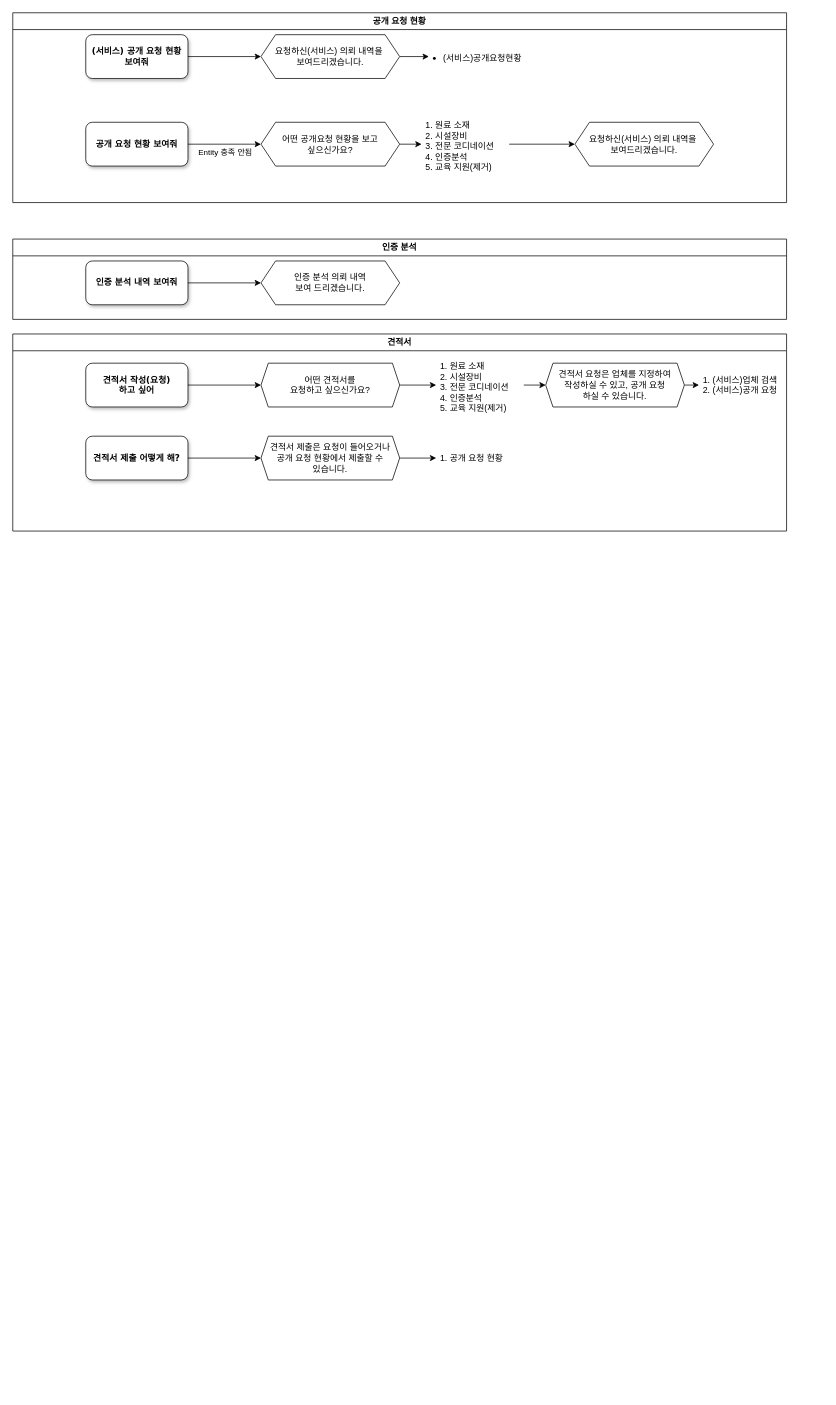
Above: 전체 시나리오.drawio in GaYoNE00/Ko_Chat_Exam (draw.io), before the change. Source tidied: cells renumbered, new cells numbered last; positions are measured from the earlier drawing's top-left corner, leaving out a move shared by most shapes. Both pictures are drawn from the tidied source at 73%, with x=0, y=0 at pixel (12, 12).
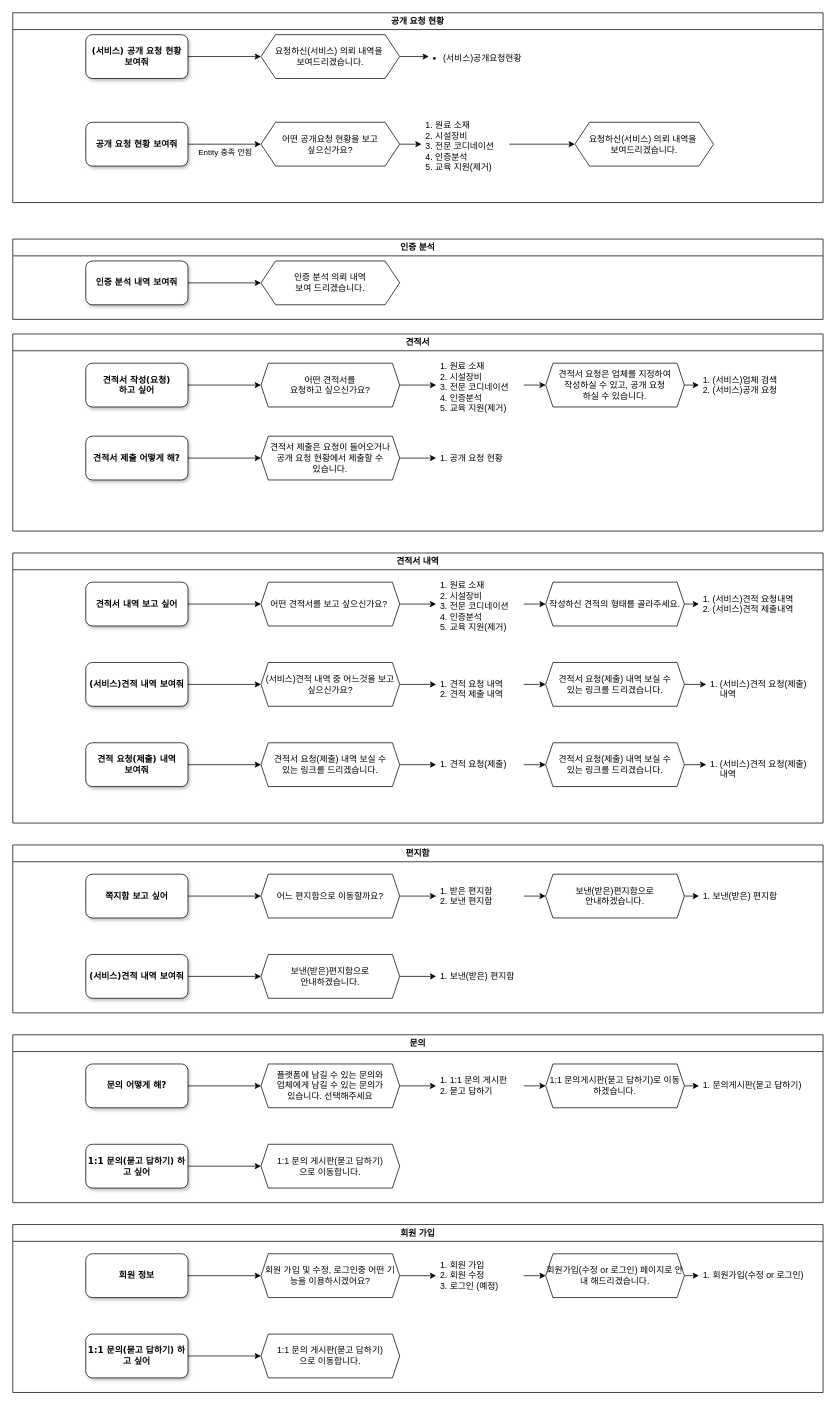
Above is the later version.

Commit message (it also covers changes not shown here):
전체 시나리오.drawio 업데이트

Diff of the diagram source:
```diff
@@
     <mxCell id="2" value="공개 요청 현황" style="swimlane;whiteSpace=wrap;html=1;" parent="1" vertex="1">
-      <mxGeometry width="1060" height="260" as="geometry" />
+      <mxGeometry width="1110" height="260" as="geometry" />
     </mxCell>
@@
     <mxCell id="16" value="인증 분석" style="swimlane;whiteSpace=wrap;html=1;" parent="1" vertex="1">
-      <mxGeometry y="310" width="1060" height="110" as="geometry" />
+      <mxGeometry y="310" width="1110" height="110" as="geometry" />
     </mxCell>
@@
     <mxCell id="20" value="견적서" style="swimlane;whiteSpace=wrap;html=1;" parent="1" vertex="1">
-      <mxGeometry y="440" width="1060" height="270" as="geometry" />
+      <mxGeometry y="440" width="1110" height="270" as="geometry" />
     </mxCell>
@@
+    <mxCell id="35" value="견적서 내역" style="swimlane;whiteSpace=wrap;html=1;" parent="1" vertex="1">
+      <mxGeometry y="740" width="1110" height="370" as="geometry" />
+    </mxCell>
+    <mxCell id="36" style="edgeStyle=orthogonalEdgeStyle;rounded=0;jettySize=auto;html=1;exitX=1;exitY=0.5;exitDx=0;exitDy=0;entryX=0;entryY=0.5;entryDx=0;entryDy=0;" parent="35" edge="1" source="37" target="41">
+      <mxGeometry relative="1" as="geometry" />
+    </mxCell>
+    <mxCell id="37" value="어떤 견적서를 보고 싶으신가요?&amp;nbsp;" style="shape=hexagon;perimeter=hexagonPerimeter2;whiteSpace=wrap;html=1;fixedSize=1;size=10;" parent="35" vertex="1">
+      <mxGeometry x="340" y="40" width="190" height="60" as="geometry" />
+    </mxCell>
+    <mxCell id="38" style="edgeStyle=orthogonalEdgeStyle;rounded=0;jettySize=auto;html=1;exitX=1;exitY=0.5;exitDx=0;exitDy=0;entryX=0;entryY=0.5;entryDx=0;entryDy=0;" parent="35" edge="1" source="39" target="37">
+      <mxGeometry relative="1" as="geometry" />
+    </mxCell>
+    <mxCell id="39" value="견적서 내역 보고 싶어" style="whiteSpace=wrap;html=1;rounded=1;shadow=1;labelBackgroundColor=none;strokeWidth=1;fontFamily=Verdana;fontSize=12;align=center;fontStyle=1;" parent="35" vertex="1">
+      <mxGeometry x="100" y="40" width="140" height="60" as="geometry" />
+    </mxCell>
+    <mxCell id="40" style="edgeStyle=orthogonalEdgeStyle;rounded=0;jettySize=auto;html=1;exitX=1;exitY=0.5;exitDx=0;exitDy=0;entryX=0;entryY=0.5;entryDx=0;entryDy=0;" parent="35" edge="1" source="41" target="43">
+      <mxGeometry relative="1" as="geometry" />
+    </mxCell>
+    <mxCell id="41" value="&lt;ol&gt;&lt;li&gt;원료 소재&lt;/li&gt;&lt;li&gt;시설장비&lt;/li&gt;&lt;li&gt;전문 코디네이션&lt;/li&gt;&lt;li&gt;인증분석&lt;/li&gt;&lt;li&gt;교육 지원(제거)&lt;/li&gt;&lt;/ol&gt;" style="text;strokeColor=none;fillColor=none;html=1;whiteSpace=wrap;verticalAlign=middle;overflow=hidden;align=left;spacing=0;spacingLeft=-21;" parent="35" vertex="1">
+      <mxGeometry x="580" y="25" width="120" height="90" as="geometry" />
+    </mxCell>
+    <mxCell id="42" style="edgeStyle=orthogonalEdgeStyle;rounded=0;jettySize=auto;html=1;exitX=1;exitY=0.5;exitDx=0;exitDy=0;entryX=0;entryY=0.5;entryDx=0;entryDy=0;" parent="35" edge="1" source="43" target="44">
+      <mxGeometry relative="1" as="geometry" />
+    </mxCell>
+    <mxCell id="43" value="작성하신 견적의 형태를 골라주세요." style="shape=hexagon;perimeter=hexagonPerimeter2;whiteSpace=wrap;html=1;fixedSize=1;size=10;" parent="35" vertex="1">
+      <mxGeometry x="730" y="40" width="190" height="60" as="geometry" />
+    </mxCell>
+    <mxCell id="44" value="&lt;ol&gt;&lt;li&gt;(서비스)견적 요청내역&lt;/li&gt;&lt;li&gt;(서비스)견적 제출내역&lt;/li&gt;&lt;/ol&gt;" style="text;strokeColor=none;fillColor=none;html=1;whiteSpace=wrap;verticalAlign=middle;overflow=hidden;align=left;spacing=0;spacingLeft=-21;" parent="35" vertex="1">
+      <mxGeometry x="940" y="25" width="150" height="90" as="geometry" />
+    </mxCell>
+    <mxCell id="45" style="edgeStyle=orthogonalEdgeStyle;rounded=0;jettySize=auto;html=1;exitX=1;exitY=0.5;exitDx=0;exitDy=0;" parent="35" edge="1" source="46" target="48">
+      <mxGeometry relative="1" as="geometry" />
+    </mxCell>
+    <mxCell id="46" value="(서비스)견적 내역 보여줘" style="whiteSpace=wrap;html=1;rounded=1;shadow=1;labelBackgroundColor=none;strokeWidth=1;fontFamily=Verdana;fontSize=12;align=center;fontStyle=1;" parent="35" vertex="1">
+      <mxGeometry x="100" y="150" width="140" height="60" as="geometry" />
+    </mxCell>
+    <mxCell id="47" style="edgeStyle=orthogonalEdgeStyle;rounded=0;jettySize=auto;html=1;exitX=1;exitY=0.5;exitDx=0;exitDy=0;" parent="35" edge="1" source="48" target="50">
+      <mxGeometry relative="1" as="geometry" />
+    </mxCell>
+    <mxCell id="48" value="(서비스)견적 내역 중 어느것을 보고 싶으신가요?" style="shape=hexagon;perimeter=hexagonPerimeter2;whiteSpace=wrap;html=1;fixedSize=1;size=10;" parent="35" vertex="1">
+      <mxGeometry x="340" y="150" width="190" height="60" as="geometry" />
+    </mxCell>
+    <mxCell id="49" style="edgeStyle=orthogonalEdgeStyle;rounded=0;jettySize=auto;html=1;exitX=1;exitY=0.5;exitDx=0;exitDy=0;entryX=0;entryY=0.5;entryDx=0;entryDy=0;" parent="35" edge="1" source="50" target="52">
+      <mxGeometry relative="1" as="geometry" />
+    </mxCell>
+    <mxCell id="50" value="&lt;ol&gt;&lt;li&gt;견적 요청 내역&lt;/li&gt;&lt;li&gt;견적 제출 내역&lt;/li&gt;&lt;/ol&gt;" style="text;strokeColor=none;fillColor=none;html=1;whiteSpace=wrap;verticalAlign=middle;overflow=hidden;align=left;spacing=0;spacingLeft=-21;" parent="35" vertex="1">
+      <mxGeometry x="580" y="160" width="120" height="40" as="geometry" />
+    </mxCell>
+    <mxCell id="51" style="edgeStyle=orthogonalEdgeStyle;rounded=0;jettySize=auto;html=1;exitX=1;exitY=0.5;exitDx=0;exitDy=0;entryX=0;entryY=0.5;entryDx=0;entryDy=0;" parent="35" edge="1" source="52" target="53">
+      <mxGeometry relative="1" as="geometry" />
+    </mxCell>
+    <mxCell id="52" value="견적서 요청(제출) 내역 보실 수&lt;br&gt;있는 링크를 드리겠습니다." style="shape=hexagon;perimeter=hexagonPerimeter2;whiteSpace=wrap;html=1;fixedSize=1;size=10;" parent="35" vertex="1">
+      <mxGeometry x="730" y="150" width="190" height="60" as="geometry" />
+    </mxCell>
+    <mxCell id="53" value="&lt;ol&gt;&lt;li&gt;(서비스)견적 요청(제출) 내역&lt;/li&gt;&lt;/ol&gt;" style="text;strokeColor=none;fillColor=none;html=1;whiteSpace=wrap;verticalAlign=middle;overflow=hidden;align=left;spacing=0;spacingLeft=-21;" parent="35" vertex="1">
+      <mxGeometry x="950" y="160" width="150" height="40" as="geometry" />
+    </mxCell>
+    <mxCell id="54" value="&lt;ol&gt;&lt;li&gt;(서비스)견적 요청(제출) 내역&lt;/li&gt;&lt;/ol&gt;" style="text;strokeColor=none;fillColor=none;html=1;whiteSpace=wrap;verticalAlign=middle;overflow=hidden;align=left;spacing=0;spacingLeft=-21;" parent="35" vertex="1">
+      <mxGeometry x="950" y="270" width="150" height="40" as="geometry" />
+    </mxCell>
+    <mxCell id="55" style="edgeStyle=orthogonalEdgeStyle;rounded=0;jettySize=auto;html=1;exitX=1;exitY=0.5;exitDx=0;exitDy=0;" parent="1" edge="1" source="56" target="58">
+      <mxGeometry relative="1" as="geometry" />
+    </mxCell>
+    <mxCell id="56" value="견적 요청(제출) 내역&lt;br&gt;보여줘" style="whiteSpace=wrap;html=1;rounded=1;shadow=1;labelBackgroundColor=none;strokeWidth=1;fontFamily=Verdana;fontSize=12;align=center;fontStyle=1;" parent="1" vertex="1">
+      <mxGeometry x="100" y="1000" width="140" height="60" as="geometry" />
+    </mxCell>
+    <mxCell id="57" style="edgeStyle=orthogonalEdgeStyle;rounded=0;jettySize=auto;html=1;exitX=1;exitY=0.5;exitDx=0;exitDy=0;" parent="1" edge="1" source="58" target="60">
+      <mxGeometry relative="1" as="geometry" />
+    </mxCell>
+    <mxCell id="58" value="견적서 요청(제출) 내역 보실 수&lt;br&gt;있는 링크를 드리겠습니다." style="shape=hexagon;perimeter=hexagonPerimeter2;whiteSpace=wrap;html=1;fixedSize=1;size=10;" parent="1" vertex="1">
+      <mxGeometry x="340" y="1000" width="190" height="60" as="geometry" />
+    </mxCell>
+    <mxCell id="59" style="edgeStyle=orthogonalEdgeStyle;rounded=0;jettySize=auto;html=1;exitX=1;exitY=0.5;exitDx=0;exitDy=0;entryX=0;entryY=0.5;entryDx=0;entryDy=0;" parent="1" edge="1" source="60" target="62">
+      <mxGeometry relative="1" as="geometry" />
+    </mxCell>
+    <mxCell id="60" value="&lt;ol&gt;&lt;li&gt;견적 요청(제출)&lt;/li&gt;&lt;/ol&gt;" style="text;strokeColor=none;fillColor=none;html=1;whiteSpace=wrap;verticalAlign=middle;overflow=hidden;align=left;spacing=0;spacingLeft=-21;" parent="1" vertex="1">
+      <mxGeometry x="580" y="1010" width="120" height="40" as="geometry" />
+    </mxCell>
+    <mxCell id="61" style="edgeStyle=orthogonalEdgeStyle;rounded=0;jettySize=auto;html=1;exitX=1;exitY=0.5;exitDx=0;exitDy=0;entryX=0;entryY=0.5;entryDx=0;entryDy=0;" parent="1" edge="1" source="62" target="54">
+      <mxGeometry relative="1" as="geometry" />
+    </mxCell>
+    <mxCell id="62" value="견적서 요청(제출) 내역 보실 수&lt;br&gt;있는 링크를 드리겠습니다." style="shape=hexagon;perimeter=hexagonPerimeter2;whiteSpace=wrap;html=1;fixedSize=1;size=10;" parent="1" vertex="1">
+      <mxGeometry x="730" y="1000" width="190" height="60" as="geometry" />
+    </mxCell>
+    <mxCell id="63" value="편지함" style="swimlane;whiteSpace=wrap;html=1;" parent="1" vertex="1">
+      <mxGeometry y="1140" width="1110" height="230" as="geometry" />
+    </mxCell>
+    <mxCell id="64" style="edgeStyle=orthogonalEdgeStyle;rounded=0;jettySize=auto;html=1;exitX=1;exitY=0.5;exitDx=0;exitDy=0;entryX=0;entryY=0.5;entryDx=0;entryDy=0;" parent="63" edge="1" source="65" target="69">
+      <mxGeometry relative="1" as="geometry" />
+    </mxCell>
+    <mxCell id="65" value="어느 편지함으로 이동할까요?" style="shape=hexagon;perimeter=hexagonPerimeter2;whiteSpace=wrap;html=1;fixedSize=1;size=10;" parent="63" vertex="1">
+      <mxGeometry x="340" y="40" width="190" height="60" as="geometry" />
+    </mxCell>
+    <mxCell id="66" style="edgeStyle=orthogonalEdgeStyle;rounded=0;jettySize=auto;html=1;exitX=1;exitY=0.5;exitDx=0;exitDy=0;entryX=0;entryY=0.5;entryDx=0;entryDy=0;" parent="63" edge="1" source="67" target="65">
+      <mxGeometry relative="1" as="geometry" />
+    </mxCell>
+    <mxCell id="67" value="쪽지함 보고 싶어" style="whiteSpace=wrap;html=1;rounded=1;shadow=1;labelBackgroundColor=none;strokeWidth=1;fontFamily=Verdana;fontSize=12;align=center;fontStyle=1;" parent="63" vertex="1">
+      <mxGeometry x="100" y="40" width="140" height="60" as="geometry" />
+    </mxCell>
+    <mxCell id="68" style="edgeStyle=orthogonalEdgeStyle;rounded=0;jettySize=auto;html=1;exitX=1;exitY=0.5;exitDx=0;exitDy=0;entryX=0;entryY=0.5;entryDx=0;entryDy=0;" parent="63" edge="1" source="69" target="71">
+      <mxGeometry relative="1" as="geometry" />
+    </mxCell>
+    <mxCell id="69" value="&lt;ol&gt;&lt;li&gt;받은 편지함&lt;/li&gt;&lt;li&gt;보낸 편지함&lt;/li&gt;&lt;/ol&gt;" style="text;strokeColor=none;fillColor=none;html=1;whiteSpace=wrap;verticalAlign=middle;overflow=hidden;align=left;spacing=0;spacingLeft=-21;" parent="63" vertex="1">
+      <mxGeometry x="580" y="25" width="120" height="90" as="geometry" />
+    </mxCell>
+    <mxCell id="70" style="edgeStyle=orthogonalEdgeStyle;rounded=0;jettySize=auto;html=1;exitX=1;exitY=0.5;exitDx=0;exitDy=0;entryX=0;entryY=0.5;entryDx=0;entryDy=0;" parent="63" edge="1" source="71" target="72">
+      <mxGeometry relative="1" as="geometry" />
+    </mxCell>
+    <mxCell id="71" value="보낸(받은)편지함으로 &lt;br&gt;안내하겠습니다." style="shape=hexagon;perimeter=hexagonPerimeter2;whiteSpace=wrap;html=1;fixedSize=1;size=10;" parent="63" vertex="1">
+      <mxGeometry x="730" y="40" width="190" height="60" as="geometry" />
+    </mxCell>
+    <mxCell id="72" value="&lt;ol&gt;&lt;li&gt;보낸(받은) 편지함&lt;/li&gt;&lt;/ol&gt;" style="text;strokeColor=none;fillColor=none;html=1;whiteSpace=wrap;verticalAlign=middle;overflow=hidden;align=left;spacing=0;spacingLeft=-21;" parent="63" vertex="1">
+      <mxGeometry x="940" y="25" width="150" height="90" as="geometry" />
+    </mxCell>
+    <mxCell id="73" style="edgeStyle=orthogonalEdgeStyle;rounded=0;jettySize=auto;html=1;exitX=1;exitY=0.5;exitDx=0;exitDy=0;" parent="63" edge="1" source="74" target="76">
+      <mxGeometry relative="1" as="geometry" />
+    </mxCell>
+    <mxCell id="74" value="(서비스)견적 내역 보여줘" style="whiteSpace=wrap;html=1;rounded=1;shadow=1;labelBackgroundColor=none;strokeWidth=1;fontFamily=Verdana;fontSize=12;align=center;fontStyle=1;" parent="63" vertex="1">
+      <mxGeometry x="100" y="150" width="140" height="60" as="geometry" />
+    </mxCell>
+    <mxCell id="75" style="edgeStyle=orthogonalEdgeStyle;rounded=0;jettySize=auto;html=1;exitX=1;exitY=0.5;exitDx=0;exitDy=0;entryX=0;entryY=0.5;entryDx=0;entryDy=0;" parent="63" edge="1" source="76" target="77">
+      <mxGeometry relative="1" as="geometry" />
+    </mxCell>
+    <mxCell id="76" value="보낸(받은)편지함으로&lt;br style=&quot;border-color: var(--border-color);&quot;&gt;안내하겠습니다." style="shape=hexagon;perimeter=hexagonPerimeter2;whiteSpace=wrap;html=1;fixedSize=1;size=10;" parent="63" vertex="1">
+      <mxGeometry x="340" y="150" width="190" height="60" as="geometry" />
+    </mxCell>
+    <mxCell id="77" value="&lt;ol&gt;&lt;li&gt;보낸(받은) 편지함&lt;/li&gt;&lt;/ol&gt;" style="text;strokeColor=none;fillColor=none;html=1;whiteSpace=wrap;verticalAlign=middle;overflow=hidden;align=left;spacing=0;spacingLeft=-21;" parent="63" vertex="1">
+      <mxGeometry x="580" y="135" width="150" height="90" as="geometry" />
+    </mxCell>
+    <mxCell id="78" value="문의" style="swimlane;whiteSpace=wrap;html=1;" parent="1" vertex="1">
+      <mxGeometry y="1400" width="1110" height="230" as="geometry" />
+    </mxCell>
+    <mxCell id="79" style="edgeStyle=orthogonalEdgeStyle;rounded=0;jettySize=auto;html=1;exitX=1;exitY=0.5;exitDx=0;exitDy=0;entryX=0;entryY=0.5;entryDx=0;entryDy=0;" parent="78" edge="1" source="80" target="84">
+      <mxGeometry relative="1" as="geometry" />
+    </mxCell>
+    <mxCell id="80" value="플랫폼에 남길 수 있는 문의와&lt;br&gt;업체에게 남길 수 있는 문의가 &lt;br&gt;있습니다. 선택해주세요" style="shape=hexagon;perimeter=hexagonPerimeter2;whiteSpace=wrap;html=1;fixedSize=1;size=10;" parent="78" vertex="1">
+      <mxGeometry x="340" y="40" width="190" height="60" as="geometry" />
+    </mxCell>
+    <mxCell id="81" style="edgeStyle=orthogonalEdgeStyle;rounded=0;jettySize=auto;html=1;exitX=1;exitY=0.5;exitDx=0;exitDy=0;entryX=0;entryY=0.5;entryDx=0;entryDy=0;" parent="78" edge="1" source="82" target="80">
+      <mxGeometry relative="1" as="geometry" />
+    </mxCell>
+    <mxCell id="82" value="문의 어떻게 해?" style="whiteSpace=wrap;html=1;rounded=1;shadow=1;labelBackgroundColor=none;strokeWidth=1;fontFamily=Verdana;fontSize=12;align=center;fontStyle=1;" parent="78" vertex="1">
+      <mxGeometry x="100" y="40" width="140" height="60" as="geometry" />
+    </mxCell>
+    <mxCell id="83" style="edgeStyle=orthogonalEdgeStyle;rounded=0;jettySize=auto;html=1;exitX=1;exitY=0.5;exitDx=0;exitDy=0;entryX=0;entryY=0.5;entryDx=0;entryDy=0;" parent="78" edge="1" source="84" target="86">
+      <mxGeometry relative="1" as="geometry" />
+    </mxCell>
+    <mxCell id="84" value="&lt;ol&gt;&lt;li&gt;1:1 문의 게시판&lt;/li&gt;&lt;li&gt;묻고 답하기&lt;/li&gt;&lt;/ol&gt;" style="text;strokeColor=none;fillColor=none;html=1;whiteSpace=wrap;verticalAlign=middle;overflow=hidden;align=left;spacing=0;spacingLeft=-21;" parent="78" vertex="1">
+      <mxGeometry x="580" y="25" width="120" height="90" as="geometry" />
+    </mxCell>
+    <mxCell id="85" style="edgeStyle=orthogonalEdgeStyle;rounded=0;jettySize=auto;html=1;exitX=1;exitY=0.5;exitDx=0;exitDy=0;entryX=0;entryY=0.5;entryDx=0;entryDy=0;" parent="78" edge="1" source="86" target="87">
+      <mxGeometry relative="1" as="geometry" />
+    </mxCell>
+    <mxCell id="86" value="1:1 문의게시판(묻고 답하기)로 이동하겠습니다." style="shape=hexagon;perimeter=hexagonPerimeter2;whiteSpace=wrap;html=1;fixedSize=1;size=10;" parent="78" vertex="1">
+      <mxGeometry x="730" y="40" width="190" height="60" as="geometry" />
+    </mxCell>
+    <mxCell id="87" value="&lt;ol&gt;&lt;li&gt;문의게시판(묻고 답하기)&lt;br&gt;&lt;/li&gt;&lt;/ol&gt;" style="text;strokeColor=none;fillColor=none;html=1;whiteSpace=wrap;verticalAlign=middle;overflow=hidden;align=left;spacing=0;spacingLeft=-21;" parent="78" vertex="1">
+      <mxGeometry x="940" y="25" width="150" height="90" as="geometry" />
+    </mxCell>
+    <mxCell id="88" style="edgeStyle=orthogonalEdgeStyle;rounded=0;jettySize=auto;html=1;exitX=1;exitY=0.5;exitDx=0;exitDy=0;" parent="78" edge="1" source="89" target="90">
+      <mxGeometry relative="1" as="geometry" />
+    </mxCell>
+    <mxCell id="89" value="1:1 문의(묻고 답하기) 하고 싶어" style="whiteSpace=wrap;html=1;rounded=1;shadow=1;labelBackgroundColor=none;strokeWidth=1;fontFamily=Verdana;fontSize=12;align=center;fontStyle=1;" parent="78" vertex="1">
+      <mxGeometry x="100" y="150" width="140" height="60" as="geometry" />
+    </mxCell>
+    <mxCell id="90" value="1:1 문의 게시판(묻고 답하기)&lt;br&gt;으로 이동합니다." style="shape=hexagon;perimeter=hexagonPerimeter2;whiteSpace=wrap;html=1;fixedSize=1;size=10;" parent="78" vertex="1">
+      <mxGeometry x="340" y="150" width="190" height="60" as="geometry" />
+    </mxCell>
+    <mxCell id="91" value="회원 가입" style="swimlane;whiteSpace=wrap;html=1;" parent="1" vertex="1">
+      <mxGeometry y="1660" width="1110" height="230" as="geometry" />
+    </mxCell>
+    <mxCell id="92" style="edgeStyle=orthogonalEdgeStyle;rounded=0;jettySize=auto;html=1;exitX=1;exitY=0.5;exitDx=0;exitDy=0;entryX=0;entryY=0.5;entryDx=0;entryDy=0;" parent="91" edge="1" source="93" target="97">
+      <mxGeometry relative="1" as="geometry" />
+    </mxCell>
+    <mxCell id="93" value="회원 가입 및 수정, 로그인중 어떤 기능을 이용하시겠어요?" style="shape=hexagon;perimeter=hexagonPerimeter2;whiteSpace=wrap;html=1;fixedSize=1;size=10;" parent="91" vertex="1">
+      <mxGeometry x="340" y="40" width="190" height="60" as="geometry" />
+    </mxCell>
+    <mxCell id="94" style="edgeStyle=orthogonalEdgeStyle;rounded=0;jettySize=auto;html=1;exitX=1;exitY=0.5;exitDx=0;exitDy=0;entryX=0;entryY=0.5;entryDx=0;entryDy=0;" parent="91" edge="1" source="95" target="93">
+      <mxGeometry relative="1" as="geometry" />
+    </mxCell>
+    <mxCell id="95" value="회원 정보" style="whiteSpace=wrap;html=1;rounded=1;shadow=1;labelBackgroundColor=none;strokeWidth=1;fontFamily=Verdana;fontSize=12;align=center;fontStyle=1;" parent="91" vertex="1">
+      <mxGeometry x="100" y="40" width="140" height="60" as="geometry" />
+    </mxCell>
+    <mxCell id="96" style="edgeStyle=orthogonalEdgeStyle;rounded=0;jettySize=auto;html=1;exitX=1;exitY=0.5;exitDx=0;exitDy=0;entryX=0;entryY=0.5;entryDx=0;entryDy=0;" parent="91" edge="1" source="97" target="99">
+      <mxGeometry relative="1" as="geometry" />
+    </mxCell>
+    <mxCell id="97" value="&lt;ol&gt;&lt;li&gt;회원 가입&lt;/li&gt;&lt;li&gt;회원 수정&lt;/li&gt;&lt;li&gt;로그인 (예정)&lt;/li&gt;&lt;/ol&gt;" style="text;strokeColor=none;fillColor=none;html=1;whiteSpace=wrap;verticalAlign=middle;overflow=hidden;align=left;spacing=0;spacingLeft=-21;" parent="91" vertex="1">
+      <mxGeometry x="580" y="25" width="120" height="90" as="geometry" />
+    </mxCell>
+    <mxCell id="98" style="edgeStyle=orthogonalEdgeStyle;rounded=0;jettySize=auto;html=1;exitX=1;exitY=0.5;exitDx=0;exitDy=0;entryX=0;entryY=0.5;entryDx=0;entryDy=0;" parent="91" edge="1" source="99" target="100">
+      <mxGeometry relative="1" as="geometry" />
+    </mxCell>
+    <mxCell id="99" value="회원가입(수정 or 로그인) 페이지로 안내 해드리겠습니다." style="shape=hexagon;perimeter=hexagonPerimeter2;whiteSpace=wrap;html=1;fixedSize=1;size=10;" parent="91" vertex="1">
+      <mxGeometry x="730" y="40" width="190" height="60" as="geometry" />
+    </mxCell>
+    <mxCell id="100" value="&lt;ol&gt;&lt;li&gt;회원가입(수정 or 로그인)&lt;/li&gt;&lt;/ol&gt;" style="text;strokeColor=none;fillColor=none;html=1;whiteSpace=wrap;verticalAlign=middle;overflow=hidden;align=left;spacing=0;spacingLeft=-21;" parent="91" vertex="1">
+      <mxGeometry x="940" y="25" width="160" height="90" as="geometry" />
+    </mxCell>
+    <mxCell id="101" style="edgeStyle=orthogonalEdgeStyle;rounded=0;jettySize=auto;html=1;exitX=1;exitY=0.5;exitDx=0;exitDy=0;" parent="91" edge="1" source="102" target="103">
+      <mxGeometry relative="1" as="geometry" />
+    </mxCell>
+    <mxCell id="102" value="1:1 문의(묻고 답하기) 하고 싶어" style="whiteSpace=wrap;html=1;rounded=1;shadow=1;labelBackgroundColor=none;strokeWidth=1;fontFamily=Verdana;fontSize=12;align=center;fontStyle=1;" parent="91" vertex="1">
+      <mxGeometry x="100" y="150" width="140" height="60" as="geometry" />
+    </mxCell>
+    <mxCell id="103" value="1:1 문의 게시판(묻고 답하기)&lt;br&gt;으로 이동합니다." style="shape=hexagon;perimeter=hexagonPerimeter2;whiteSpace=wrap;html=1;fixedSize=1;size=10;" parent="91" vertex="1">
+      <mxGeometry x="340" y="150" width="190" height="60" as="geometry" />
+    </mxCell>
```
